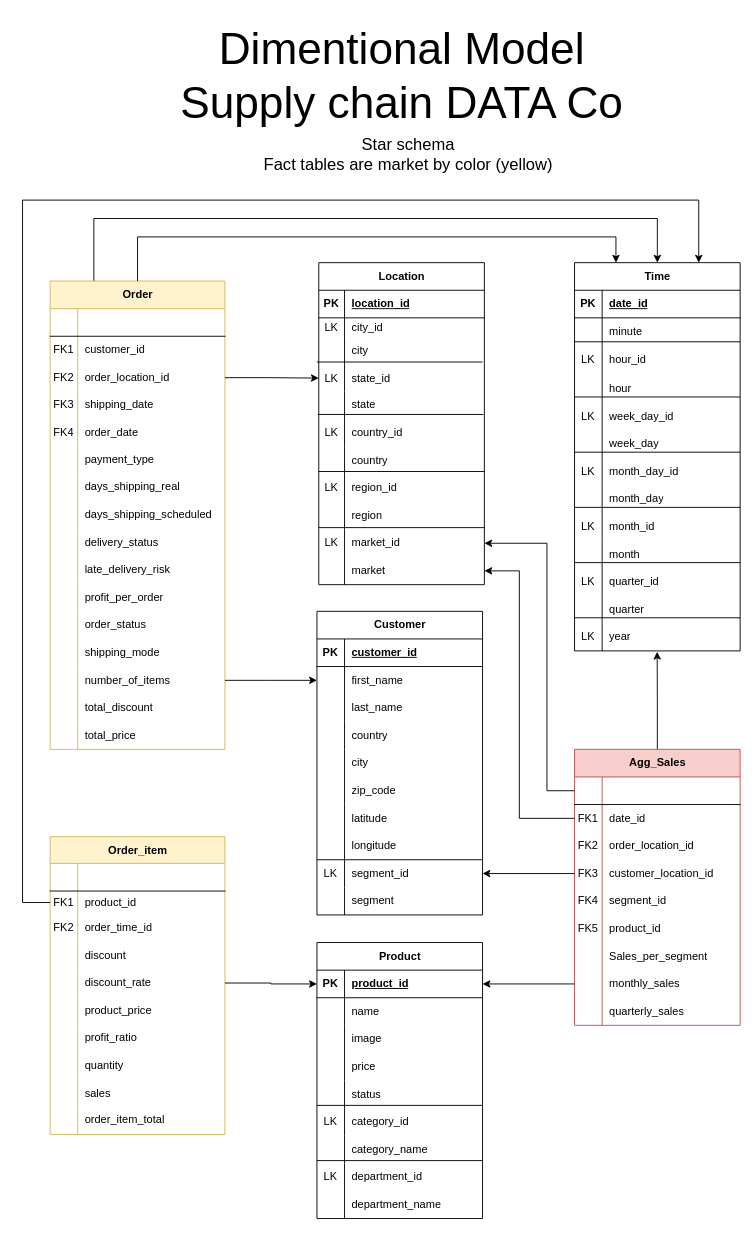
Before: Model-designs/dimensional.drawio in crdsteixeira/DW_project, a draw.io diagram. Source tidied: cells renumbered, new cells numbered last; positions are measured from the earlier drawing's top-left corner, leaving out a move shared by most shapes. Both pictures are drawn from the tidied source at 92%, with x=0, y=0 at pixel (22, 16).
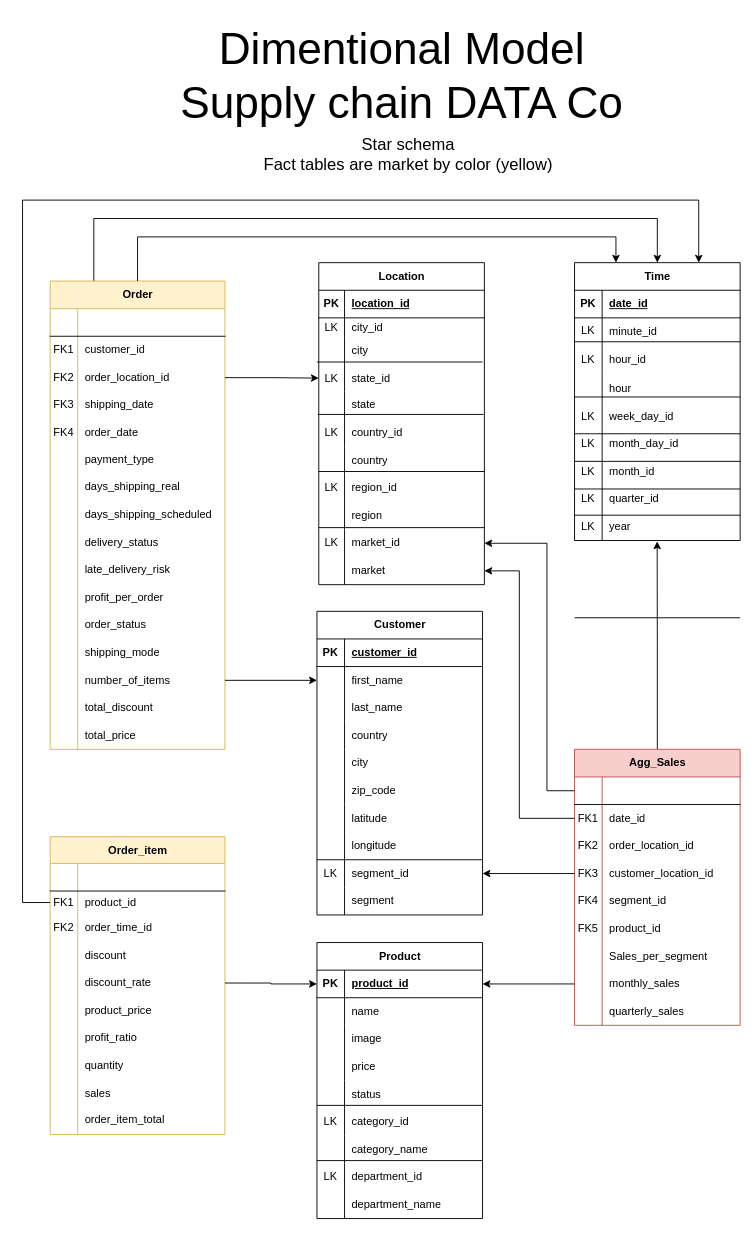
The same diagram, later.

Commit message (it also covers changes not shown here):
Update time and dimensional model

Unchanged cells that the change refers to:
```xml
<mxCell id="116" style="shape=tableRow;horizontal=0;startSize=0;swimlaneHead=0;swimlaneBody=0;fillColor=none;top=0;left=0;right=0;bottom=0;" parent="112" vertex="1">
  <mxGeometry y="60" width="180" height="30" as="geometry" />
</mxCell>
```

Diff of the diagram source:
```diff
@@
     <mxCell id="112" value="Time" style="shape=table;startSize=30;childLayout=tableLayout;rowLines=0;fontStyle=1;align=center;html=1;" parent="1" vertex="1">
-      <mxGeometry x="600" y="268" width="180" height="422" as="geometry" />
+      <mxGeometry x="600" y="268" width="180" height="302" as="geometry" />
     </mxCell>
@@
-    <mxCell id="118" value="minute" style="shape=partialRectangle;fillColor=none;top=0;left=0;bottom=0;right=0;align=left;spacingLeft=6;overflow=hidden;whiteSpace=wrap;html=1;" parent="116" vertex="1">
+    <mxCell id="118" value="minute_id" style="shape=partialRectangle;fillColor=none;top=0;left=0;bottom=0;right=0;align=left;spacingLeft=6;overflow=hidden;whiteSpace=wrap;html=1;" parent="116" vertex="1">
       <mxGeometry x="30" width="150" height="30" as="geometry" />
     </mxCell>
@@
-    <mxCell id="128" style="shape=tableRow;horizontal=0;startSize=0;swimlaneHead=0;swimlaneBody=0;fillColor=none;top=0;left=0;right=0;bottom=0;" parent="112" vertex="1">
-      <mxGeometry y="182" width="180" height="30" as="geometry" />
-    </mxCell>
-    <mxCell id="129" style="shape=partialRectangle;fillColor=none;top=0;left=0;bottom=0;right=0;overflow=hidden;whiteSpace=wrap;html=1;" parent="128" vertex="1">
-      <mxGeometry width="30" height="30" as="geometry" />
-    </mxCell>
-    <mxCell id="130" value="week_day" style="shape=partialRectangle;fillColor=none;top=0;left=0;bottom=0;right=0;align=left;spacingLeft=6;overflow=hidden;whiteSpace=wrap;html=1;" parent="128" vertex="1">
-      <mxGeometry x="30" width="150" height="30" as="geometry" />
-    </mxCell>
     <mxCell id="131" style="shape=tableRow;horizontal=0;startSize=0;swimlaneHead=0;swimlaneBody=0;fillColor=none;top=0;left=0;right=0;bottom=0;" parent="112" vertex="1">
-      <mxGeometry y="212" width="180" height="30" as="geometry" />
+      <mxGeometry y="182" width="180" height="30" as="geometry" />
     </mxCell>
@@
-    <mxCell id="134" style="shape=tableRow;horizontal=0;startSize=0;swimlaneHead=0;swimlaneBody=0;fillColor=none;top=0;left=0;right=0;bottom=0;" parent="112" vertex="1">
-      <mxGeometry y="242" width="180" height="30" as="geometry" />
-    </mxCell>
-    <mxCell id="135" style="shape=partialRectangle;fillColor=none;top=0;left=0;bottom=0;right=0;overflow=hidden;whiteSpace=wrap;html=1;" parent="134" vertex="1">
-      <mxGeometry width="30" height="30" as="geometry" />
-    </mxCell>
-    <mxCell id="136" value="month_day" style="shape=partialRectangle;fillColor=none;top=0;left=0;bottom=0;right=0;align=left;spacingLeft=6;overflow=hidden;whiteSpace=wrap;html=1;" parent="134" vertex="1">
-      <mxGeometry x="30" width="150" height="30" as="geometry" />
-    </mxCell>
     <mxCell id="137" style="shape=tableRow;horizontal=0;startSize=0;swimlaneHead=0;swimlaneBody=0;fillColor=none;top=0;left=0;right=0;bottom=0;" parent="112" vertex="1">
-      <mxGeometry y="272" width="180" height="30" as="geometry" />
+      <mxGeometry y="212" width="180" height="30" as="geometry" />
     </mxCell>
@@
-    <mxCell id="140" style="shape=tableRow;horizontal=0;startSize=0;swimlaneHead=0;swimlaneBody=0;fillColor=none;top=0;left=0;right=0;bottom=0;" parent="112" vertex="1">
-      <mxGeometry y="302" width="180" height="30" as="geometry" />
-    </mxCell>
-    <mxCell id="141" style="shape=partialRectangle;fillColor=none;top=0;left=0;bottom=0;right=0;overflow=hidden;whiteSpace=wrap;html=1;" parent="140" vertex="1">
-      <mxGeometry width="30" height="30" as="geometry" />
-    </mxCell>
-    <mxCell id="142" value="month" style="shape=partialRectangle;fillColor=none;top=0;left=0;bottom=0;right=0;align=left;spacingLeft=6;overflow=hidden;whiteSpace=wrap;html=1;" parent="140" vertex="1">
-      <mxGeometry x="30" width="150" height="30" as="geometry" />
-    </mxCell>
     <mxCell id="143" style="shape=tableRow;horizontal=0;startSize=0;swimlaneHead=0;swimlaneBody=0;fillColor=none;top=0;left=0;right=0;bottom=0;" parent="112" vertex="1">
-      <mxGeometry y="332" width="180" height="30" as="geometry" />
+      <mxGeometry y="242" width="180" height="30" as="geometry" />
     </mxCell>
@@
-    <mxCell id="146" style="shape=tableRow;horizontal=0;startSize=0;swimlaneHead=0;swimlaneBody=0;fillColor=none;top=0;left=0;right=0;bottom=0;" parent="112" vertex="1">
-      <mxGeometry y="362" width="180" height="30" as="geometry" />
-    </mxCell>
-    <mxCell id="147" style="shape=partialRectangle;fillColor=none;top=0;left=0;bottom=0;right=0;overflow=hidden;whiteSpace=wrap;html=1;" parent="146" vertex="1">
-      <mxGeometry width="30" height="30" as="geometry" />
-    </mxCell>
-    <mxCell id="148" value="quarter" style="shape=partialRectangle;fillColor=none;top=0;left=0;bottom=0;right=0;align=left;spacingLeft=6;overflow=hidden;whiteSpace=wrap;html=1;" parent="146" vertex="1">
-      <mxGeometry x="30" width="150" height="30" as="geometry" />
-    </mxCell>
     <mxCell id="149" style="shape=tableRow;horizontal=0;startSize=0;swimlaneHead=0;swimlaneBody=0;fillColor=none;points=[[0,0.5],[1,0.5]];portConstraint=eastwest;top=0;left=0;right=0;bottom=0;" parent="112" vertex="1">
-      <mxGeometry y="392" width="180" height="30" as="geometry" />
+      <mxGeometry y="272" width="180" height="30" as="geometry" />
     </mxCell>
@@
     <mxCell id="254" style="line;strokeWidth=1;fillColor=none;align=left;verticalAlign=middle;spacingTop=-1;spacingLeft=3;spacingRight=3;labelPosition=right;strokeColor=inherit;" parent="1" vertex="1">
-      <mxGeometry x="600" y="470" width="180" height="8" as="geometry" />
+      <mxGeometry x="600" y="450" width="180" height="8" as="geometry" />
     </mxCell>
     <mxCell id="255" style="line;strokeWidth=1;fillColor=none;align=left;verticalAlign=middle;spacingTop=-1;spacingLeft=3;spacingRight=3;labelPosition=right;strokeColor=inherit;" parent="1" vertex="1">
-      <mxGeometry x="600" y="530" width="180" height="8" as="geometry" />
+      <mxGeometry x="600" y="480" width="180" height="8" as="geometry" />
     </mxCell>
     <mxCell id="256" style="line;strokeWidth=1;fillColor=none;align=left;verticalAlign=middle;spacingTop=-1;spacingLeft=3;spacingRight=3;labelPosition=right;strokeColor=inherit;" parent="1" vertex="1">
-      <mxGeometry x="600" y="590" width="180" height="8" as="geometry" />
+      <mxGeometry x="600" y="510" width="180" height="8" as="geometry" />
     </mxCell>
@@
+    <mxCell id="270" style="line;strokeWidth=1;fillColor=none;align=left;verticalAlign=middle;spacingTop=-1;spacingLeft=3;spacingRight=3;labelPosition=right;strokeColor=inherit;" parent="1" vertex="1">
+      <mxGeometry x="600" y="538.5" width="180" height="8" as="geometry" />
+    </mxCell>
+    <mxCell id="271" value="LK" style="shape=partialRectangle;fillColor=none;top=0;left=0;bottom=0;right=0;overflow=hidden;whiteSpace=wrap;html=1;" parent="1" vertex="1">
+      <mxGeometry x="600" y="326" width="30" height="32" as="geometry" />
+    </mxCell>
```
